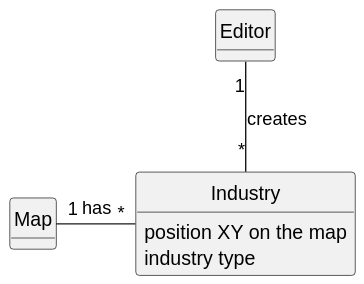
Earlier version of the PlantUML export docs/sprint1/us002/02.analysis/svg/us002-domain-model.svg (ivasduarte/all-aboard). Its diagram source:
```plantuml
@startuml
skinparam monochrome true
skinparam packageStyle rectangle
skinparam shadowing false


skinparam classAttributeIconSize 0

hide circle
hide methods


class Map {

}

class Industry {
    position XY on the map
    industry type
}

class Editor {
}


Map "1" - "*" Industry : has
Editor "1" -- "*" Industry : creates
@enduml
```
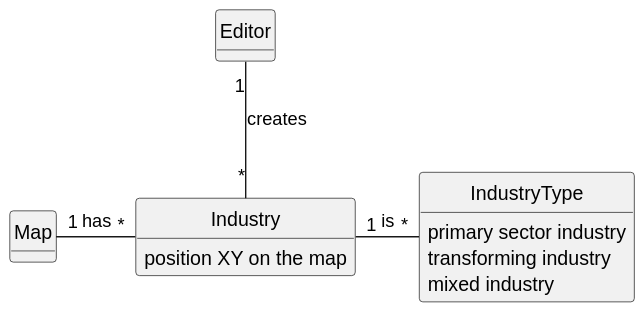
Later version of the same file.

Commit message:
US02(docs): updated the domain model of the US

The edit, as a diff of the source:
```diff
@@ -11,18 +11,22 @@
 
 
 class Map {
-
 }
 
 class Industry {
     position XY on the map
-    industry type
 }
 
 class Editor {
 }
 
+class IndustryType {
+    primary sector industry
+    transforming industry
+    mixed industry
+}
 
 Map "1" - "*" Industry : has
 Editor "1" -- "*" Industry : creates
+Industry "1" - "*" IndustryType : is
 @enduml
```
